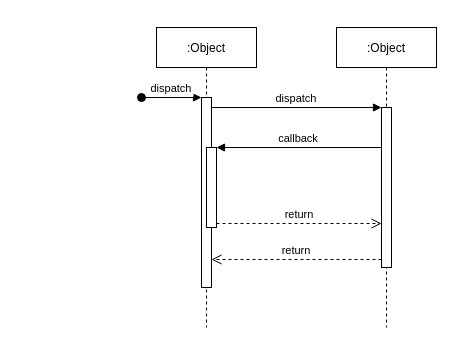
Evan2698/WorkFlowItem keeps this draw.io diagram as 状态机.drawio. Above is the earlier version. Source tidied: cells renumbered, new cells numbered last; positions are measured from the earlier drawing's top-left corner, leaving out a move shared by most shapes. Both pictures are drawn from the tidied source at 100%, with x=0, y=0 at pixel (141, 27).
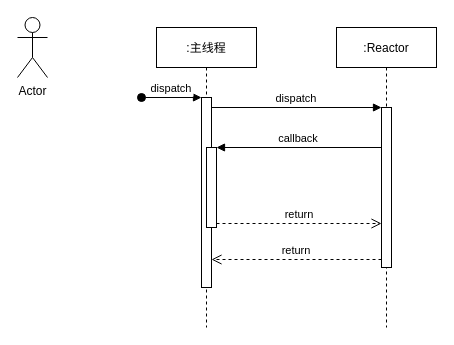
Above is the later version.

Commit message:
更新状态机.drawio

Change to the diagram source:
```diff
@@
 <mxGraphModel>
   <root>
     <mxCell id="0" />
     <mxCell id="1" parent="0" />
-    <mxCell id="2" value=":Object" style="shape=umlLifeline;perimeter=lifelinePerimeter;rounded=0;shadow=0;strokeWidth=1;" parent="1" vertex="1">
+    <mxCell id="2" value=":主线程" style="shape=umlLifeline;perimeter=lifelinePerimeter;rounded=0;shadow=0;strokeWidth=1;" parent="1" vertex="1">
       <mxGeometry x="15" width="100" height="300" as="geometry" />
     </mxCell>
     <mxCell id="3" style="points=[];perimeter=orthogonalPerimeter;rounded=0;shadow=0;strokeWidth=1;" parent="2" vertex="1">
       <mxGeometry x="45" y="70" width="10" height="190" as="geometry" />
     </mxCell>
     <mxCell id="4" value="dispatch" style="verticalAlign=bottom;startArrow=oval;endArrow=block;startSize=8;shadow=0;strokeWidth=1;" parent="2" edge="1" target="3">
       <mxGeometry relative="1" as="geometry">
         <mxPoint x="-15" y="70" as="sourcePoint" />
       </mxGeometry>
     </mxCell>
     <mxCell id="5" style="points=[];perimeter=orthogonalPerimeter;rounded=0;shadow=0;strokeWidth=1;" parent="2" vertex="1">
       <mxGeometry x="50" y="120" width="10" height="80" as="geometry" />
     </mxCell>
-    <mxCell id="6" value=":Object" style="shape=umlLifeline;perimeter=lifelinePerimeter;rounded=0;shadow=0;strokeWidth=1;" parent="1" vertex="1">
+    <mxCell id="6" value=":Reactor" style="shape=umlLifeline;perimeter=lifelinePerimeter;rounded=0;shadow=0;strokeWidth=1;" parent="1" vertex="1">
       <mxGeometry x="195" width="100" height="300" as="geometry" />
     </mxCell>
     <mxCell id="7" style="points=[];perimeter=orthogonalPerimeter;rounded=0;shadow=0;strokeWidth=1;" parent="6" vertex="1">
       <mxGeometry x="45" y="80" width="10" height="160" as="geometry" />
     </mxCell>
     <mxCell id="8" value="return" style="verticalAlign=bottom;endArrow=open;dashed=1;endSize=8;exitX=0;exitY=0.95;shadow=0;strokeWidth=1;" parent="1" edge="1" source="7" target="3">
       <mxGeometry relative="1" as="geometry" />
     </mxCell>
     <mxCell id="9" value="dispatch" style="verticalAlign=bottom;endArrow=block;entryX=0;entryY=0;shadow=0;strokeWidth=1;" parent="1" edge="1" source="3" target="7">
       <mxGeometry relative="1" as="geometry" />
     </mxCell>
     <mxCell id="10" value="callback" style="verticalAlign=bottom;endArrow=block;entryX=1;entryY=0;shadow=0;strokeWidth=1;" parent="1" edge="1" source="7" target="5">
       <mxGeometry relative="1" as="geometry" />
     </mxCell>
     <mxCell id="11" value="return" style="verticalAlign=bottom;endArrow=open;dashed=1;endSize=8;exitX=1;exitY=0.95;shadow=0;strokeWidth=1;" parent="1" edge="1" source="5" target="7">
       <mxGeometry relative="1" as="geometry" />
     </mxCell>
+    <mxCell id="12" value="Actor" style="shape=umlActor;verticalLabelPosition=bottom;verticalAlign=top;html=1;" parent="1" vertex="1">
+      <mxGeometry x="-124" y="-10" width="30" height="60" as="geometry" />
+    </mxCell>
   </root>
 </mxGraphModel>
```
